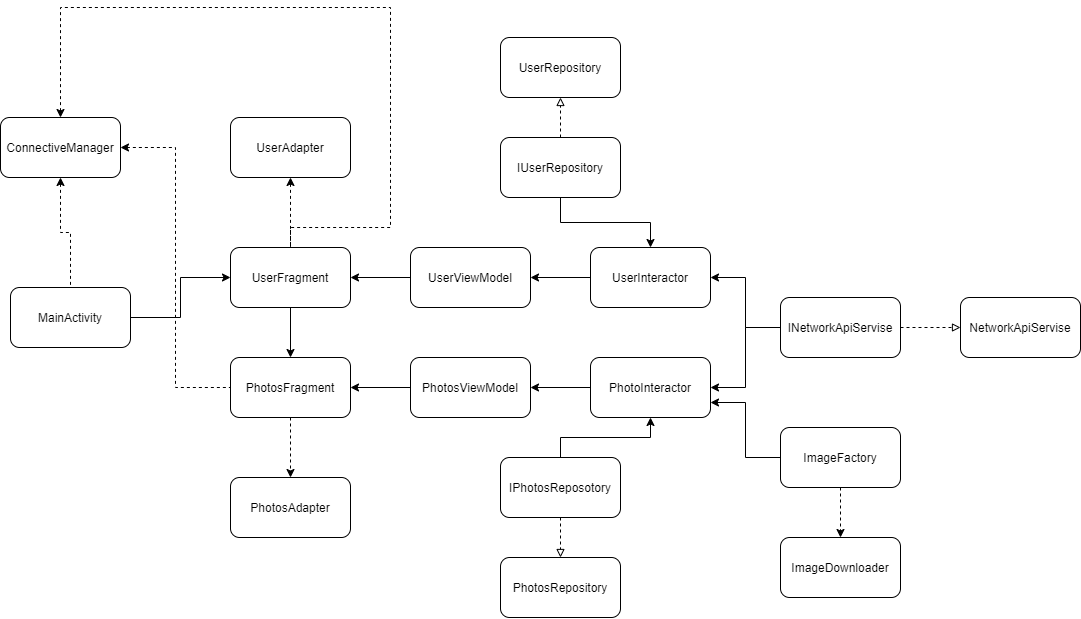
The draw.io diagram sampledata/architecture.png in kish-dev/gora-studio-test-task, before a commit. Source tidied: cells renumbered, new cells last; positions are measured from the earlier drawing's top-left corner, leaving out a move shared by most shapes. Its diagram source:
```xml
<mxGraphModel>
  <root>
    <mxCell id="0" />
    <mxCell id="1" parent="0" />
    <mxCell id="2" style="edgeStyle=orthogonalEdgeStyle;rounded=0;jettySize=auto;html=1;entryX=0;entryY=0.5;entryDx=0;entryDy=0;" parent="1" edge="1" source="3" target="6">
      <mxGeometry relative="1" as="geometry" />
    </mxCell>
    <mxCell id="3" value="MainActivity" style="rounded=1;whiteSpace=wrap;html=1;" parent="1" vertex="1">
      <mxGeometry x="10" y="280" width="120" height="60" as="geometry" />
    </mxCell>
    <mxCell id="4" style="edgeStyle=orthogonalEdgeStyle;rounded=0;jettySize=auto;html=1;entryX=0.5;entryY=0;entryDx=0;entryDy=0;" parent="1" edge="1" source="6" target="9">
      <mxGeometry relative="1" as="geometry" />
    </mxCell>
    <mxCell id="5" style="edgeStyle=orthogonalEdgeStyle;rounded=0;jettySize=auto;html=1;entryX=0;entryY=0.5;entryDx=0;entryDy=0;startArrow=classic;startFill=1;endArrow=none;endFill=0;" parent="1" edge="1" source="6" target="16">
      <mxGeometry relative="1" as="geometry" />
    </mxCell>
    <mxCell id="6" value="UserFragment" style="rounded=1;whiteSpace=wrap;html=1;" parent="1" vertex="1">
      <mxGeometry x="230" y="240" width="120" height="60" as="geometry" />
    </mxCell>
    <mxCell id="7" style="edgeStyle=orthogonalEdgeStyle;rounded=0;jettySize=auto;html=1;entryX=0.5;entryY=0;entryDx=0;entryDy=0;dashed=1;startArrow=none;startFill=0;endArrow=classic;endFill=1;" parent="1" edge="1" source="9" target="12">
      <mxGeometry relative="1" as="geometry" />
    </mxCell>
    <mxCell id="8" style="edgeStyle=orthogonalEdgeStyle;rounded=0;jettySize=auto;html=1;entryX=0;entryY=0.5;entryDx=0;entryDy=0;startArrow=classic;startFill=1;endArrow=none;endFill=0;" parent="1" edge="1" source="9" target="20">
      <mxGeometry relative="1" as="geometry" />
    </mxCell>
    <mxCell id="9" value="PhotosFragment" style="rounded=1;whiteSpace=wrap;html=1;" parent="1" vertex="1">
      <mxGeometry x="230" y="350" width="120" height="60" as="geometry" />
    </mxCell>
    <mxCell id="10" style="edgeStyle=orthogonalEdgeStyle;rounded=0;jettySize=auto;html=1;entryX=0.5;entryY=0;entryDx=0;entryDy=0;endArrow=none;endFill=0;startArrow=classic;startFill=1;dashed=1;" parent="1" edge="1" source="11" target="6">
      <mxGeometry relative="1" as="geometry" />
    </mxCell>
    <mxCell id="11" value="UserAdapter" style="rounded=1;whiteSpace=wrap;html=1;" parent="1" vertex="1">
      <mxGeometry x="230" y="110" width="120" height="60" as="geometry" />
    </mxCell>
    <mxCell id="12" value="PhotosAdapter" style="rounded=1;whiteSpace=wrap;html=1;" parent="1" vertex="1">
      <mxGeometry x="230" y="470" width="120" height="60" as="geometry" />
    </mxCell>
    <mxCell id="13" style="edgeStyle=orthogonalEdgeStyle;rounded=0;jettySize=auto;html=1;entryX=0;entryY=0.5;entryDx=0;entryDy=0;startArrow=classic;startFill=1;endArrow=none;endFill=0;" parent="1" edge="1" source="14" target="18">
      <mxGeometry relative="1" as="geometry" />
    </mxCell>
    <mxCell id="14" value="UserInteractor" style="rounded=1;whiteSpace=wrap;html=1;" parent="1" vertex="1">
      <mxGeometry x="590" y="240" width="120" height="60" as="geometry" />
    </mxCell>
    <mxCell id="15" style="edgeStyle=orthogonalEdgeStyle;rounded=0;jettySize=auto;html=1;entryX=0;entryY=0.5;entryDx=0;entryDy=0;startArrow=classic;startFill=1;endArrow=none;endFill=0;" parent="1" edge="1" source="16" target="14">
      <mxGeometry relative="1" as="geometry" />
    </mxCell>
    <mxCell id="16" value="UserViewModel" style="rounded=1;whiteSpace=wrap;html=1;" parent="1" vertex="1">
      <mxGeometry x="410" y="240" width="120" height="60" as="geometry" />
    </mxCell>
    <mxCell id="17" style="edgeStyle=orthogonalEdgeStyle;rounded=0;jettySize=auto;html=1;startArrow=none;startFill=0;endArrow=block;endFill=0;dashed=1;" parent="1" edge="1" source="18" target="31">
      <mxGeometry relative="1" as="geometry" />
    </mxCell>
    <mxCell id="18" value="INetworkApiServise" style="rounded=1;whiteSpace=wrap;html=1;" parent="1" vertex="1">
      <mxGeometry x="780" y="290" width="120" height="60" as="geometry" />
    </mxCell>
    <mxCell id="19" style="edgeStyle=orthogonalEdgeStyle;rounded=0;jettySize=auto;html=1;entryX=0;entryY=0.5;entryDx=0;entryDy=0;startArrow=classic;startFill=1;endArrow=none;endFill=0;" parent="1" edge="1" source="20" target="22">
      <mxGeometry relative="1" as="geometry" />
    </mxCell>
    <mxCell id="20" value="PhotosViewModel" style="rounded=1;whiteSpace=wrap;html=1;" parent="1" vertex="1">
      <mxGeometry x="410" y="350" width="120" height="60" as="geometry" />
    </mxCell>
    <mxCell id="21" style="edgeStyle=orthogonalEdgeStyle;rounded=0;jettySize=auto;html=1;entryX=0;entryY=0.5;entryDx=0;entryDy=0;startArrow=classic;startFill=1;endArrow=none;endFill=0;" parent="1" edge="1" source="22" target="18">
      <mxGeometry relative="1" as="geometry" />
    </mxCell>
    <mxCell id="22" value="PhotoInteractor" style="rounded=1;whiteSpace=wrap;html=1;" parent="1" vertex="1">
      <mxGeometry x="590" y="350" width="120" height="60" as="geometry" />
    </mxCell>
    <mxCell id="23" style="edgeStyle=orthogonalEdgeStyle;rounded=0;jettySize=auto;html=1;entryX=0.5;entryY=1;entryDx=0;entryDy=0;startArrow=none;startFill=0;endArrow=classic;endFill=1;" parent="1" edge="1" source="25" target="22">
      <mxGeometry relative="1" as="geometry" />
    </mxCell>
    <mxCell id="24" style="edgeStyle=orthogonalEdgeStyle;rounded=0;jettySize=auto;html=1;startArrow=none;startFill=0;endArrow=block;endFill=0;dashed=1;" parent="1" edge="1" source="25" target="29">
      <mxGeometry relative="1" as="geometry" />
    </mxCell>
    <mxCell id="25" value="IPhotosReposotory" style="rounded=1;whiteSpace=wrap;html=1;" parent="1" vertex="1">
      <mxGeometry x="500" y="450" width="120" height="60" as="geometry" />
    </mxCell>
    <mxCell id="26" style="edgeStyle=orthogonalEdgeStyle;rounded=0;jettySize=auto;html=1;entryX=0.5;entryY=0;entryDx=0;entryDy=0;startArrow=none;startFill=0;endArrow=classic;endFill=1;" parent="1" edge="1" source="28" target="14">
      <mxGeometry relative="1" as="geometry" />
    </mxCell>
    <mxCell id="27" style="edgeStyle=orthogonalEdgeStyle;rounded=0;jettySize=auto;html=1;startArrow=none;startFill=0;endArrow=block;endFill=0;dashed=1;" parent="1" edge="1" source="28" target="30">
      <mxGeometry relative="1" as="geometry" />
    </mxCell>
    <mxCell id="28" value="IUserRepository" style="rounded=1;whiteSpace=wrap;html=1;" parent="1" vertex="1">
      <mxGeometry x="500" y="130" width="120" height="60" as="geometry" />
    </mxCell>
    <mxCell id="29" value="PhotosRepository" style="rounded=1;whiteSpace=wrap;html=1;" parent="1" vertex="1">
      <mxGeometry x="500" y="550" width="120" height="60" as="geometry" />
    </mxCell>
    <mxCell id="30" value="UserRepository" style="rounded=1;whiteSpace=wrap;html=1;" parent="1" vertex="1">
      <mxGeometry x="500" y="30" width="120" height="60" as="geometry" />
    </mxCell>
    <mxCell id="31" value="NetworkApiServise" style="rounded=1;whiteSpace=wrap;html=1;" parent="1" vertex="1">
      <mxGeometry x="960" y="290" width="120" height="60" as="geometry" />
    </mxCell>
    <mxCell id="32" style="edgeStyle=orthogonalEdgeStyle;rounded=0;jettySize=auto;html=1;dashed=1;" parent="1" edge="1" source="34" target="35">
      <mxGeometry relative="1" as="geometry" />
    </mxCell>
    <mxCell id="33" style="edgeStyle=orthogonalEdgeStyle;rounded=0;jettySize=auto;html=1;entryX=1;entryY=0.75;entryDx=0;entryDy=0;" parent="1" edge="1" source="34" target="22">
      <mxGeometry relative="1" as="geometry" />
    </mxCell>
    <mxCell id="34" value="ImageFactory" style="rounded=1;whiteSpace=wrap;html=1;" parent="1" vertex="1">
      <mxGeometry x="780" y="420" width="120" height="60" as="geometry" />
    </mxCell>
    <mxCell id="35" value="ImageDownloader" style="rounded=1;whiteSpace=wrap;html=1;" parent="1" vertex="1">
      <mxGeometry x="780" y="530" width="120" height="60" as="geometry" />
    </mxCell>
    <mxCell id="36" style="edgeStyle=orthogonalEdgeStyle;rounded=0;jettySize=auto;html=1;dashed=1;startArrow=classic;startFill=1;endArrow=none;endFill=0;" parent="1" edge="1" source="39" target="3">
      <mxGeometry relative="1" as="geometry" />
    </mxCell>
    <mxCell id="37" style="edgeStyle=orthogonalEdgeStyle;rounded=0;jettySize=auto;html=1;entryX=0;entryY=0.5;entryDx=0;entryDy=0;dashed=1;startArrow=classic;startFill=1;endArrow=none;endFill=0;" parent="1" edge="1" source="39" target="9">
      <mxGeometry relative="1" as="geometry" />
    </mxCell>
    <mxCell id="38" style="edgeStyle=orthogonalEdgeStyle;rounded=0;jettySize=auto;html=1;dashed=1;startArrow=classic;startFill=1;endArrow=none;endFill=0;" parent="1" edge="1" source="39" target="6">
      <mxGeometry relative="1" as="geometry">
        <Array as="points">
          <mxPoint x="60" />
          <mxPoint x="390" />
          <mxPoint x="390" y="220" />
          <mxPoint x="290" y="220" />
        </Array>
      </mxGeometry>
    </mxCell>
    <mxCell id="39" value="ConnectiveManager" style="rounded=1;whiteSpace=wrap;html=1;" parent="1" vertex="1">
      <mxGeometry y="110" width="120" height="60" as="geometry" />
    </mxCell>
  </root>
</mxGraphModel>
```
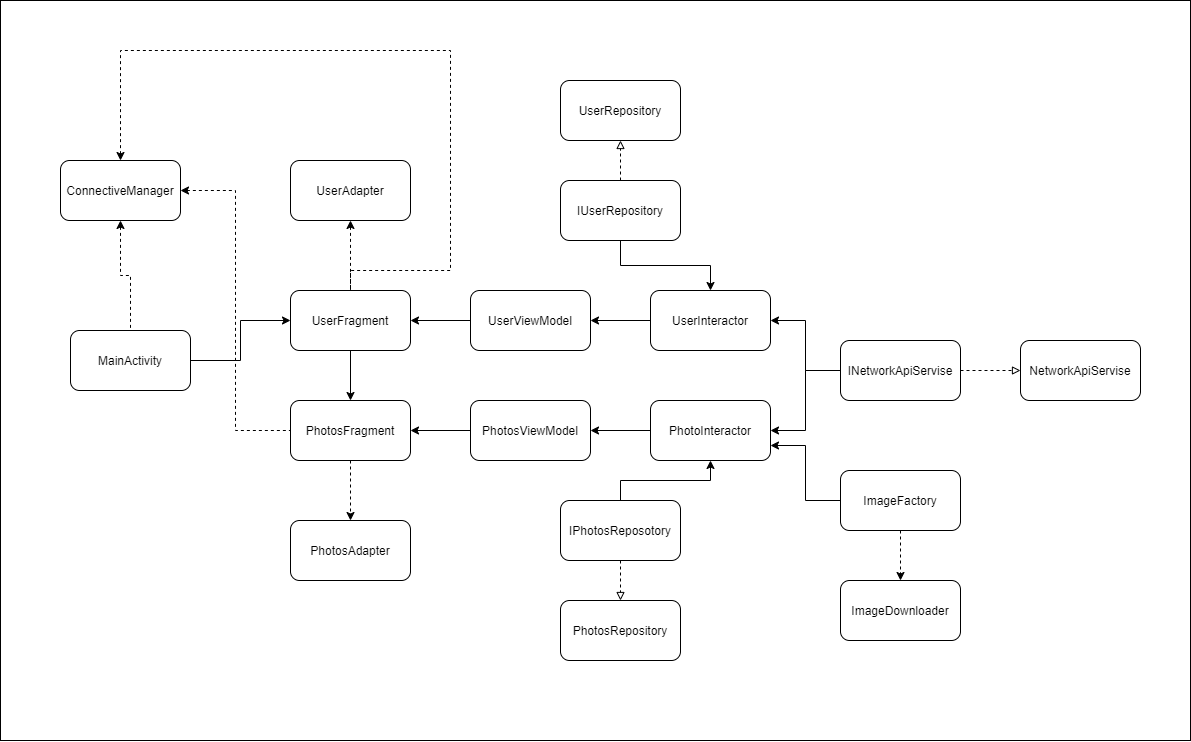
The same file after the commit.

Commit message:
Added white fonr

What changed in the source:
```diff
@@ -2,6 +2,9 @@
   <root>
     <mxCell id="0" />
     <mxCell id="1" parent="0" />
+    <mxCell id="40" style="rounded=0;whiteSpace=wrap;html=1;" parent="1" vertex="1">
+      <mxGeometry x="-60" y="-50" width="1190" height="740" as="geometry" />
+    </mxCell>
     <mxCell id="2" style="edgeStyle=orthogonalEdgeStyle;rounded=0;jettySize=auto;html=1;entryX=0;entryY=0.5;entryDx=0;entryDy=0;" parent="1" edge="1" source="3" target="6">
       <mxGeometry relative="1" as="geometry" />
     </mxCell>
```
